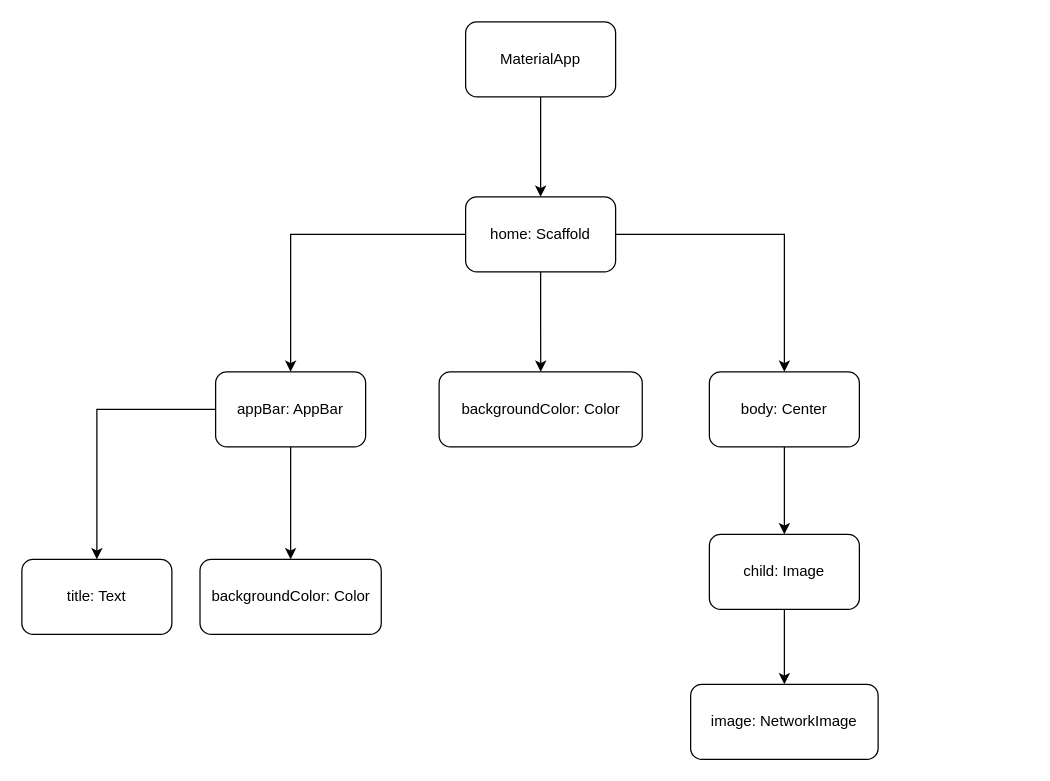
Above: docs/widget-trees/I-Am-Rich-Widget-Tree.drawio in tddyer/i-am-rich (draw.io), before the change. Source tidied: cells renumbered, new cells numbered last; positions are measured from the earlier drawing's top-left corner, leaving out a move shared by most shapes. Both pictures are drawn from the tidied source at 125%, with x=0, y=0 at pixel (21, 21).
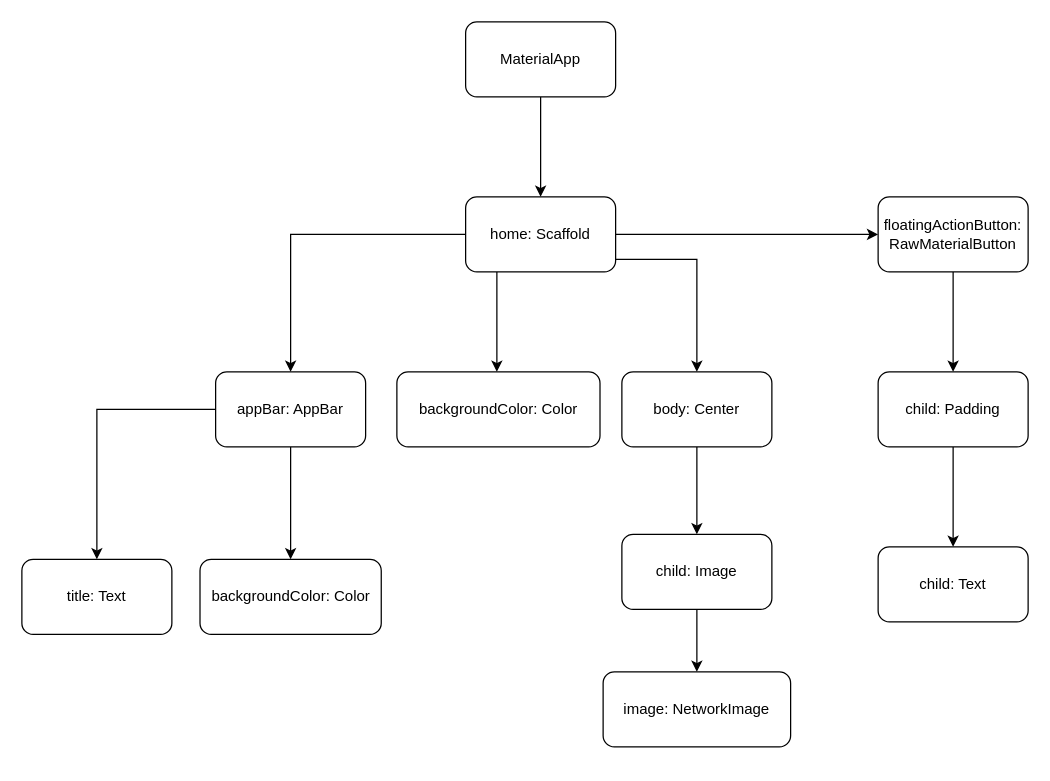
The same page after the edit.

Commit message (it also covers changes not shown here):
updated widget tree

Unchanged cells that the change refers to:
```xml
<mxCell id="7" value="home: Scaffold" style="rounded=1;whiteSpace=wrap;html=1;" parent="1" vertex="1">
  <mxGeometry x="355" y="140" width="120" height="60" as="geometry" />
</mxCell>
```

The edit, as a diff of the source:
```diff
@@
     <mxCell id="4" style="edgeStyle=orthogonalEdgeStyle;rounded=0;jettySize=auto;html=1;" parent="1" edge="1" source="7" target="15">
-      <mxGeometry relative="1" as="geometry" />
+      <mxGeometry relative="1" as="geometry">
+        <Array as="points">
+          <mxPoint x="540" y="190" />
+          <mxPoint x="540" y="310" />
+        </Array>
+      </mxGeometry>
     </mxCell>
     <mxCell id="5" style="edgeStyle=orthogonalEdgeStyle;rounded=0;jettySize=auto;html=1;" parent="1" edge="1" source="7" target="13">
-      <mxGeometry relative="1" as="geometry" />
+      <mxGeometry relative="1" as="geometry">
+        <Array as="points">
+          <mxPoint x="380" y="260" />
+          <mxPoint x="380" y="260" />
+        </Array>
+      </mxGeometry>
     </mxCell>
@@
+    <mxCell id="19" style="edgeStyle=orthogonalEdgeStyle;rounded=0;jettySize=auto;html=1;" parent="1" edge="1" source="7" target="21">
+      <mxGeometry relative="1" as="geometry" />
+    </mxCell>
@@
+    <mxCell id="20" style="edgeStyle=orthogonalEdgeStyle;rounded=0;jettySize=auto;html=1;" parent="1" edge="1" source="21" target="23">
+      <mxGeometry relative="1" as="geometry" />
+    </mxCell>
+    <mxCell id="21" value="floatingActionButton: RawMaterialButton" style="rounded=1;whiteSpace=wrap;html=1;" parent="1" vertex="1">
+      <mxGeometry x="685" y="140" width="120" height="60" as="geometry" />
+    </mxCell>
+    <mxCell id="22" style="edgeStyle=orthogonalEdgeStyle;rounded=0;jettySize=auto;html=1;" parent="1" edge="1" source="23" target="24">
+      <mxGeometry relative="1" as="geometry" />
+    </mxCell>
+    <mxCell id="23" value="child: Padding" style="rounded=1;whiteSpace=wrap;html=1;" parent="1" vertex="1">
+      <mxGeometry x="685" y="280" width="120" height="60" as="geometry" />
+    </mxCell>
+    <mxCell id="24" value="child: Text" style="rounded=1;whiteSpace=wrap;html=1;" parent="1" vertex="1">
+      <mxGeometry x="685" y="420" width="120" height="60" as="geometry" />
+    </mxCell>
@@
     <mxCell id="13" value="backgroundColor: Color" style="rounded=1;whiteSpace=wrap;html=1;" parent="1" vertex="1">
-      <mxGeometry x="333.8" y="280" width="162.5" height="60" as="geometry" />
+      <mxGeometry x="300" y="280" width="162.5" height="60" as="geometry" />
     </mxCell>
@@
     <mxCell id="15" value="body: Center" style="rounded=1;whiteSpace=wrap;html=1;" parent="1" vertex="1">
-      <mxGeometry x="550" y="280" width="120" height="60" as="geometry" />
+      <mxGeometry x="480" y="280" width="120" height="60" as="geometry" />
     </mxCell>
@@
     <mxCell id="17" value="child: Image" style="rounded=1;whiteSpace=wrap;html=1;" parent="1" vertex="1">
-      <mxGeometry x="550" y="410" width="120" height="60" as="geometry" />
+      <mxGeometry x="480" y="410" width="120" height="60" as="geometry" />
     </mxCell>
     <mxCell id="18" value="image: NetworkImage" style="rounded=1;whiteSpace=wrap;html=1;" parent="1" vertex="1">
-      <mxGeometry x="535" y="530" width="150" height="60" as="geometry" />
+      <mxGeometry x="465" y="520" width="150" height="60" as="geometry" />
     </mxCell>
```
